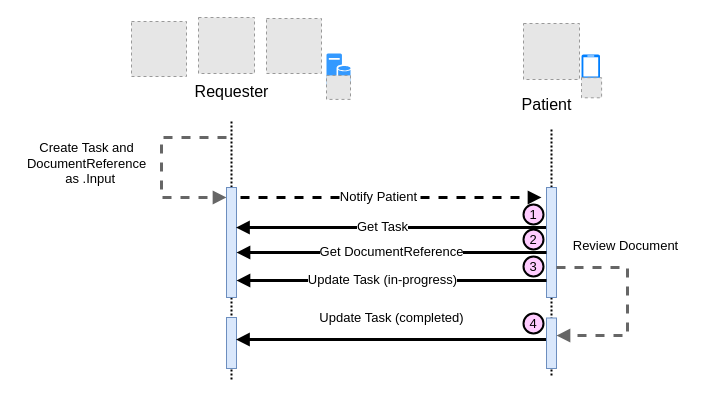
Above: Images Source/PatientReview.drawio in HL7/fhir-sdoh-clinicalcare (draw.io), before the change. Source tidied: cells renumbered, new cells numbered last; positions are measured from the earlier drawing's top-left corner, leaving out a move shared by most shapes. Both pictures are drawn from the tidied source at 100%, with x=0, y=0 at pixel (17, 17). Pictures stored in the file or linked from it are replaced by grey dashed boxes.
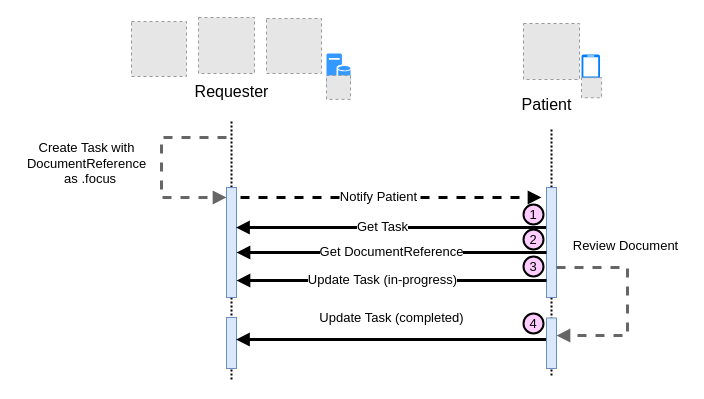
The same diagram, later.

The edit, as a diff of the source:
```diff
@@
-    <mxCell id="17" value="&lt;span style=&quot;font-size: 13px; text-align: left; background-color: rgb(255, 255, 255);&quot;&gt;Create Task and &lt;br style=&quot;font-size: 13px;&quot;&gt;&lt;/span&gt;&lt;span style=&quot;font-size: 13px; text-align: left; background-color: rgb(255, 255, 255);&quot;&gt;DocumentReference&lt;br style=&quot;font-size: 13px;&quot;&gt;&amp;nbsp; as .Input&lt;/span&gt;" style="text;html=1;align=center;verticalAlign=middle;strokeColor=none;fillColor=none;fontSize=13;" parent="1" vertex="1">
+    <mxCell id="17" value="&lt;span style=&quot;font-size: 13px; text-align: left; background-color: rgb(255, 255, 255);&quot;&gt;Create Task with&lt;br style=&quot;font-size: 13px;&quot;&gt;&lt;/span&gt;&lt;span style=&quot;font-size: 13px; text-align: left; background-color: rgb(255, 255, 255);&quot;&gt;DocumentReference&lt;br style=&quot;font-size: 13px;&quot;&gt;&amp;nbsp; as .focus&lt;/span&gt;" style="text;html=1;align=center;verticalAlign=middle;strokeColor=none;fillColor=none;fontSize=13;" parent="1" vertex="1">
       <mxGeometry y="116" width="137" height="59" as="geometry" />
     </mxCell>
```
